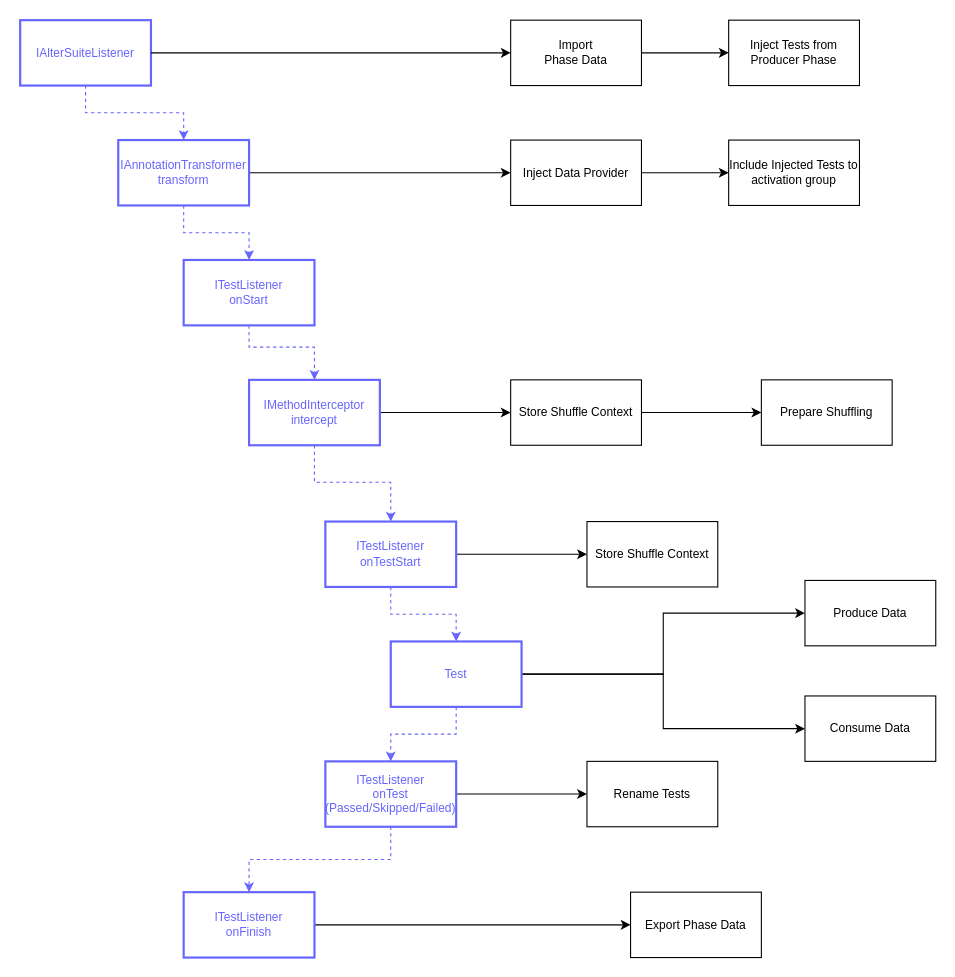
Above: page "TestNG Process" (11 of 12) of diagrams/PhasedDiagrams.drawio in adobe/phased-testing (draw.io), before the change. Source tidied: cells renumbered, new cells numbered last; positions are measured from the earlier drawing's top-left corner, leaving out a move shared by most shapes. Both pictures are drawn from the tidied source at 109%, with x=0, y=0 at pixel (20, 20).
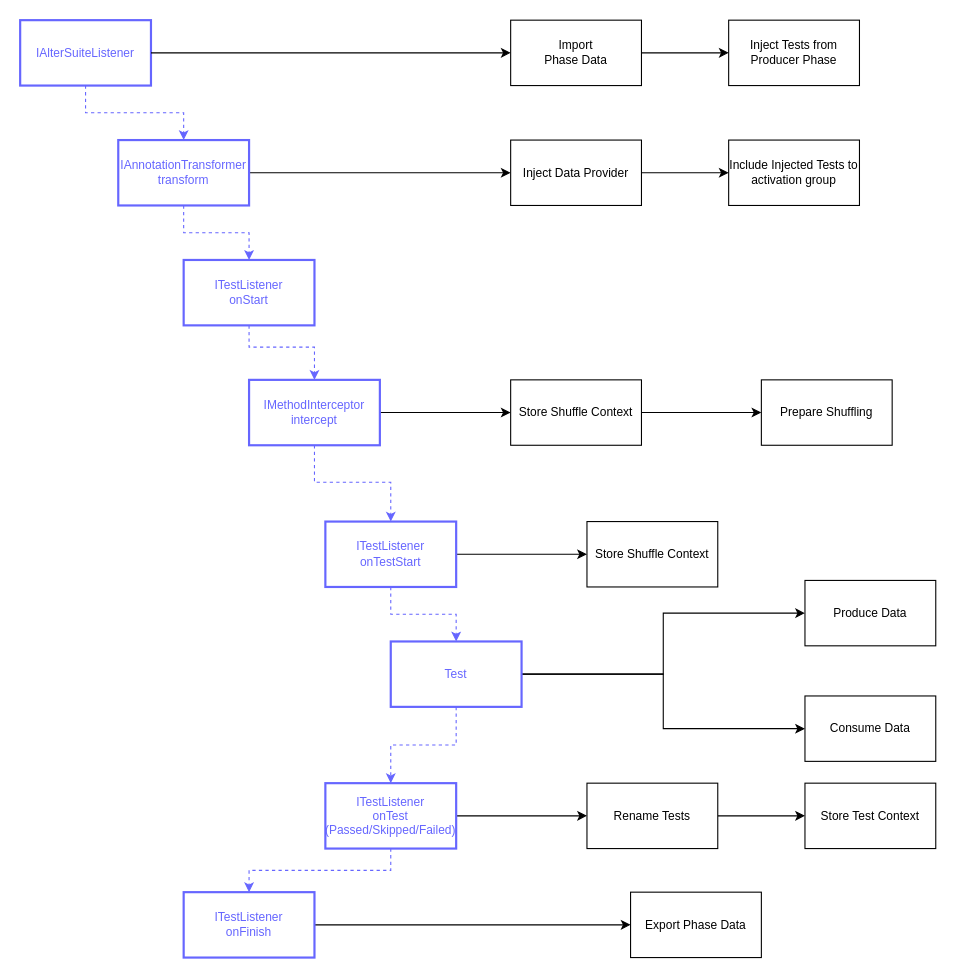
After the change.

What changed in the source:
```diff
@@
     <mxCell id="36" value="ITestListener&lt;br&gt;onTest&lt;br&gt;(Passed/Skipped/Failed)" style="whiteSpace=wrap;html=1;rounded=0;fontSize=11;fontColor=#6666FF;strokeColor=#6666FF;strokeWidth=2;" parent="1" vertex="1">
-      <mxGeometry x="280" y="680" width="120" height="60" as="geometry" />
+      <mxGeometry x="280" y="700" width="120" height="60" as="geometry" />
     </mxCell>
@@
+    <mxCell id="39" style="edgeStyle=orthogonalEdgeStyle;rounded=0;jettySize=auto;html=1;" parent="1" edge="1" source="38" target="40">
+      <mxGeometry relative="1" as="geometry" />
+    </mxCell>
     <mxCell id="38" value="Rename Tests" style="rounded=0;whiteSpace=wrap;html=1;fontSize=11;align=center;" parent="1" vertex="1">
-      <mxGeometry x="520" y="680" width="120" height="60" as="geometry" />
+      <mxGeometry x="520" y="700" width="120" height="60" as="geometry" />
     </mxCell>
+    <mxCell id="40" value="Store Test Context" style="rounded=0;whiteSpace=wrap;html=1;fontSize=11;align=center;" parent="1" vertex="1">
+      <mxGeometry x="720" y="700" width="120" height="60" as="geometry" />
+    </mxCell>
```
